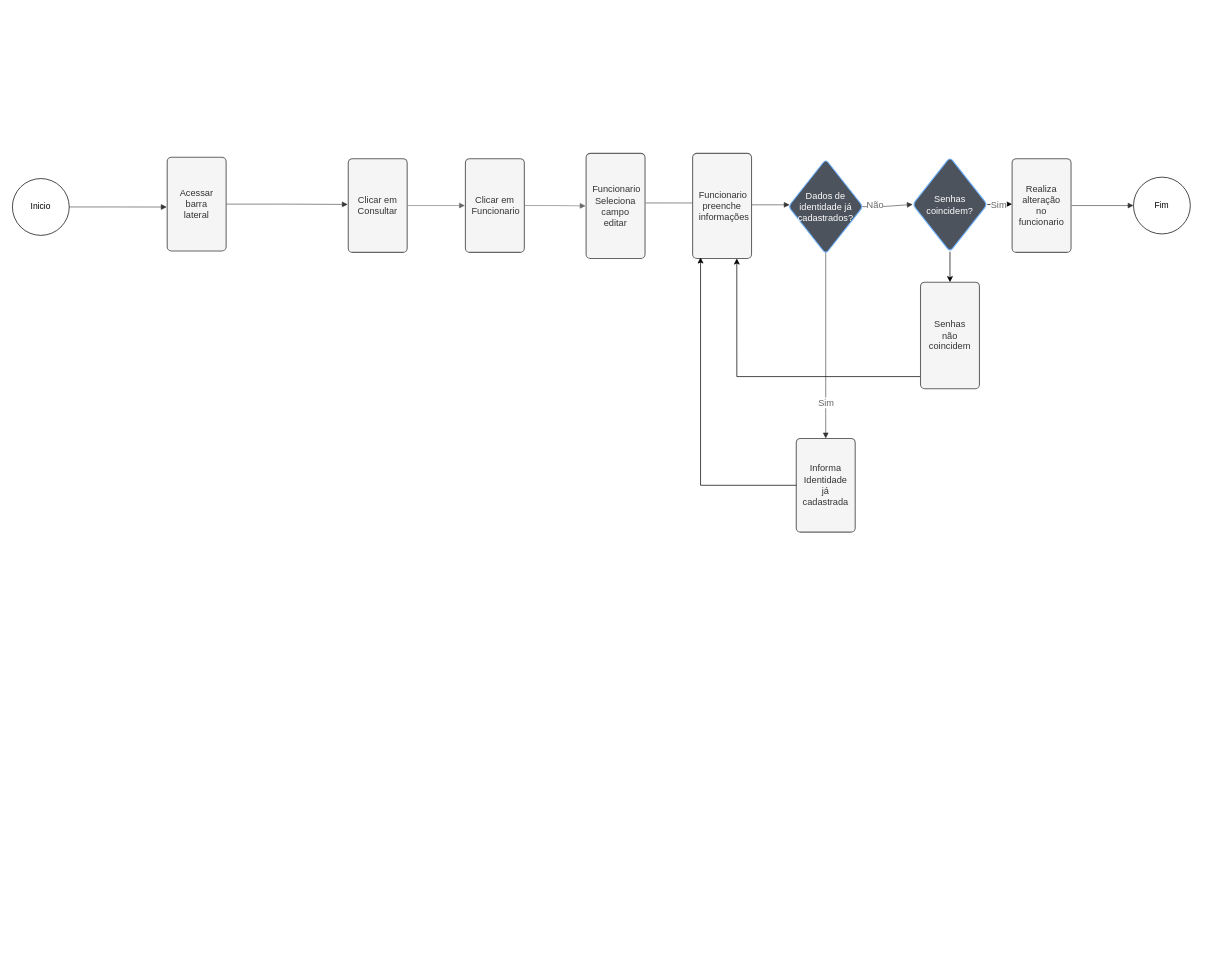
The draw.io diagram page "Página-2" (2 of 2) of fluxogramas/YS-Fluxo.drawio in eothigas/YS_Storage, before the edit. Source tidied: cells renumbered, new cells numbered last; positions are measured from the earlier drawing's top-left corner, leaving out a move shared by most shapes. Both pictures are drawn from the tidied source at 71%, with x=0, y=0 at pixel (12, 153).
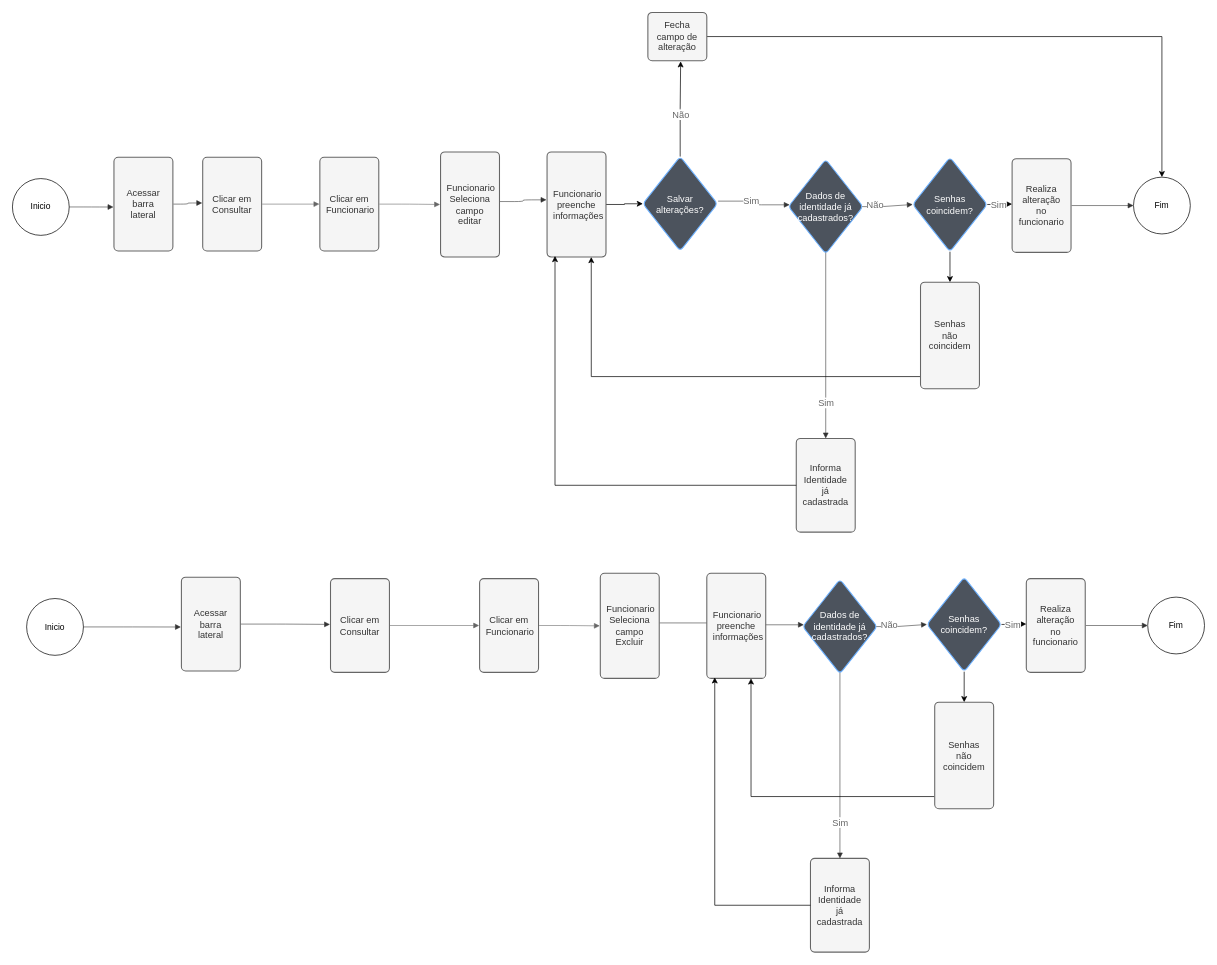
After the change.

Commit message:
Fluxo Consulta

Unchanged cells that the change refers to:
```xml
<mxCell id="11" value="Dados de identidade já cadastrados?" style="html=1;overflow=block;blockSpacing=1;whiteSpace=wrap;rhombus;fontSize=13;fontColor=#ffffff;align=center;spacing=3.8;strokeColor=#6db1ff;strokeOpacity=100;fillOpacity=100;rounded=1;absoluteArcSize=1;arcSize=12;fillColor=#4c535d;strokeWidth=1.5;lucidId=IMVukuP4WiCF;" parent="1" vertex="1">
  <mxGeometry x="1093" y="9" width="105" height="133" as="geometry" />
</mxCell>
<mxCell id="19" value="Fim" style="ellipse;whiteSpace=wrap;html=1;" parent="1" vertex="1">
  <mxGeometry x="1579" y="34" width="80" height="80" as="geometry" />
</mxCell>
```

What changed in the source:
```diff
@@
     <mxCell id="7" value="Acessar barra lateral" style="html=1;overflow=block;blockSpacing=1;whiteSpace=wrap;fontSize=13;align=center;spacing=9;strokeColor=#666666;strokeOpacity=100;fillOpacity=100;rounded=1;absoluteArcSize=1;arcSize=12;fillColor=#f5f5f5;strokeWidth=1.5;lucidId=TKVu174VIa4P;fontColor=#333333;" parent="1" vertex="1">
-      <mxGeometry x="218" y="6" width="83" height="132" as="geometry" />
+      <mxGeometry x="143" y="6" width="83" height="132" as="geometry" />
     </mxCell>
     <mxCell id="8" value="Clicar em Funcionario" style="html=1;overflow=block;blockSpacing=1;whiteSpace=wrap;fontSize=13;align=center;spacing=9;strokeColor=#666666;strokeOpacity=100;fillOpacity=100;rounded=1;absoluteArcSize=1;arcSize=12;fillColor=#f5f5f5;strokeWidth=1.5;lucidId=TKVu3g~mCkBQ;fontColor=#333333;" parent="1" vertex="1">
-      <mxGeometry x="638" y="8" width="83" height="132" as="geometry" />
+      <mxGeometry x="433" y="6" width="83" height="132" as="geometry" />
     </mxCell>
     <mxCell id="9" value="Clicar em Consultar" style="html=1;overflow=block;blockSpacing=1;whiteSpace=wrap;fontSize=13;align=center;spacing=9;strokeColor=#666666;strokeOpacity=100;fillOpacity=100;rounded=1;absoluteArcSize=1;arcSize=12;fillColor=#f5f5f5;strokeWidth=1.5;lucidId=TKVugKPUELmh;fontColor=#333333;" parent="1" vertex="1">
-      <mxGeometry x="473" y="8" width="83" height="132" as="geometry" />
+      <mxGeometry x="268" y="6" width="83" height="132" as="geometry" />
     </mxCell>
     <mxCell id="10" value="Funcionario Seleciona campo editar" style="html=1;overflow=block;blockSpacing=1;whiteSpace=wrap;fontSize=13;align=center;spacing=9;strokeColor=#666666;strokeOpacity=100;fillOpacity=100;rounded=1;absoluteArcSize=1;arcSize=12;fillColor=#f5f5f5;strokeWidth=1.5;lucidId=TLVueEcK-3IP;fontColor=#333333;" parent="1" vertex="1">
-      <mxGeometry x="808" y="0.5" width="83" height="148" as="geometry" />
+      <mxGeometry x="603" y="-1.5" width="83" height="148" as="geometry" />
     </mxCell>
@@
-    <mxCell id="16" style="html=1;jettySize=18;whiteSpace=wrap;fontSize=13;strokeColor=#333333;strokeOpacity=100;strokeWidth=0.8;rounded=1;arcSize=24;edgeStyle=orthogonalEdgeStyle;startArrow=none;endArrow=block;endFill=1;exitX=1.009;exitY=0.472;exitPerimeter=0;entryX=0.016;entryY=0.481;entryPerimeter=0;lucidId=~MVuYsn6NPdR;" parent="1" edge="1" source="10" target="11">
+    <mxCell id="16" style="html=1;jettySize=18;whiteSpace=wrap;fontSize=13;strokeColor=#333333;strokeOpacity=100;strokeWidth=0.8;rounded=1;arcSize=24;edgeStyle=orthogonalEdgeStyle;startArrow=none;endArrow=block;endFill=1;exitX=1.009;exitY=0.472;exitPerimeter=0;entryX=0.016;entryY=0.481;entryPerimeter=0;lucidId=~MVuYsn6NPdR;" parent="1" edge="1" source="62" target="11">
       <mxGeometry relative="1" as="geometry" />
     </mxCell>
@@
+    <mxCell id="31" style="edgeStyle=orthogonalEdgeStyle;rounded=0;jettySize=auto;html=1;exitX=1;exitY=0.5;exitDx=0;exitDy=0;entryX=0;entryY=0.5;entryDx=0;entryDy=0;" parent="1" edge="1" source="20" target="62">
+      <mxGeometry relative="1" as="geometry" />
+    </mxCell>
     <mxCell id="20" value="Funcionario preenche informações" style="html=1;overflow=block;blockSpacing=1;whiteSpace=wrap;fontSize=13;align=center;spacing=9;strokeColor=#666666;strokeOpacity=100;fillOpacity=100;rounded=1;absoluteArcSize=1;arcSize=12;fillColor=#f5f5f5;strokeWidth=1.5;lucidId=TLVueEcK-3IP;fontColor=#333333;" parent="1" vertex="1">
-      <mxGeometry x="958" y="0.5" width="83" height="148" as="geometry" />
+      <mxGeometry x="753" y="-1.5" width="83" height="148" as="geometry" />
     </mxCell>
@@
+    <mxCell id="32" value="Informa Identidade já cadastrada" style="html=1;overflow=block;blockSpacing=1;whiteSpace=wrap;fontSize=13;align=center;spacing=9;strokeColor=#666666;strokeOpacity=100;fillOpacity=100;rounded=1;absoluteArcSize=1;arcSize=12;fillColor=#f5f5f5;strokeWidth=1.5;lucidId=IMVuKGuR~jhK;fontColor=#333333;" parent="1" vertex="1">
+      <mxGeometry x="1124" y="993.5" width="83" height="132" as="geometry" />
+    </mxCell>
+    <mxCell id="33" style="html=1;jettySize=18;whiteSpace=wrap;fontSize=13;strokeColor=#333333;strokeOpacity=100;strokeWidth=0.8;rounded=1;arcSize=24;edgeStyle=orthogonalEdgeStyle;startArrow=none;endArrow=block;endFill=1;exitX=0.5;exitY=0.98;exitPerimeter=0;lucidId=IMVuoLYOVCrK;" parent="1" edge="1" source="41" target="32">
+      <mxGeometry relative="1" as="geometry" />
+    </mxCell>
+    <mxCell id="34" value="Sim" style="text;html=1;labelBackgroundColor=default;align=center;verticalAlign=middle;fontColor=#666666;fontSize=13;" parent="33" vertex="1">
+      <mxGeometry relative="1" as="geometry">
+        <mxPoint y="81" as="offset" />
+      </mxGeometry>
+    </mxCell>
+    <mxCell id="35" style="html=1;jettySize=18;whiteSpace=wrap;fontSize=13;strokeColor=#333333;strokeOpacity=100;strokeWidth=0.8;rounded=1;arcSize=24;edgeStyle=orthogonalEdgeStyle;startArrow=none;endArrow=block;endFill=1;exitX=1;exitY=0.5;entryX=-0.009;entryY=0.531;entryPerimeter=0;lucidId=TKVuo6z7ys-k;exitDx=0;exitDy=0;" parent="1" edge="1" source="48" target="37">
+      <mxGeometry relative="1" as="geometry" />
+    </mxCell>
+    <mxCell id="36" style="html=1;jettySize=18;whiteSpace=wrap;fontSize=13;strokeColor=#333333;strokeOpacity=100;strokeWidth=0.8;rounded=1;arcSize=24;edgeStyle=orthogonalEdgeStyle;startArrow=none;endArrow=block;endFill=1;exitX=1.009;exitY=0.5;exitPerimeter=0;entryX=0;entryY=0.5;lucidId=pNVu_cprBSpg;entryDx=0;entryDy=0;" parent="1" edge="1" source="42" target="49">
+      <mxGeometry relative="1" as="geometry" />
+    </mxCell>
+    <mxCell id="37" value="Acessar barra lateral" style="html=1;overflow=block;blockSpacing=1;whiteSpace=wrap;fontSize=13;align=center;spacing=9;strokeColor=#666666;strokeOpacity=100;fillOpacity=100;rounded=1;absoluteArcSize=1;arcSize=12;fillColor=#f5f5f5;strokeWidth=1.5;lucidId=TKVu174VIa4P;fontColor=#333333;" parent="1" vertex="1">
+      <mxGeometry x="238" y="597.5" width="83" height="132" as="geometry" />
+    </mxCell>
+    <mxCell id="38" value="Clicar em Funcionario" style="html=1;overflow=block;blockSpacing=1;whiteSpace=wrap;fontSize=13;align=center;spacing=9;strokeColor=#666666;strokeOpacity=100;fillOpacity=100;rounded=1;absoluteArcSize=1;arcSize=12;fillColor=#f5f5f5;strokeWidth=1.5;lucidId=TKVu3g~mCkBQ;fontColor=#333333;" parent="1" vertex="1">
+      <mxGeometry x="658" y="599.5" width="83" height="132" as="geometry" />
+    </mxCell>
+    <mxCell id="39" value="Clicar em Consultar" style="html=1;overflow=block;blockSpacing=1;whiteSpace=wrap;fontSize=13;align=center;spacing=9;strokeColor=#666666;strokeOpacity=100;fillOpacity=100;rounded=1;absoluteArcSize=1;arcSize=12;fillColor=#f5f5f5;strokeWidth=1.5;lucidId=TKVugKPUELmh;fontColor=#333333;" parent="1" vertex="1">
+      <mxGeometry x="448" y="599.5" width="83" height="132" as="geometry" />
+    </mxCell>
+    <mxCell id="40" value="Funcionario Seleciona campo Excluir" style="html=1;overflow=block;blockSpacing=1;whiteSpace=wrap;fontSize=13;align=center;spacing=9;strokeColor=#666666;strokeOpacity=100;fillOpacity=100;rounded=1;absoluteArcSize=1;arcSize=12;fillColor=#f5f5f5;strokeWidth=1.5;lucidId=TLVueEcK-3IP;fontColor=#333333;" parent="1" vertex="1">
+      <mxGeometry x="828" y="592" width="83" height="148" as="geometry" />
+    </mxCell>
+    <mxCell id="41" value="Dados de identidade já cadastrados?" style="html=1;overflow=block;blockSpacing=1;whiteSpace=wrap;rhombus;fontSize=13;fontColor=#ffffff;align=center;spacing=3.8;strokeColor=#6db1ff;strokeOpacity=100;fillOpacity=100;rounded=1;absoluteArcSize=1;arcSize=12;fillColor=#4c535d;strokeWidth=1.5;lucidId=IMVukuP4WiCF;" parent="1" vertex="1">
+      <mxGeometry x="1113" y="600.5" width="105" height="133" as="geometry" />
+    </mxCell>
+    <mxCell id="42" value="Realiza alteração no funcionario" style="html=1;overflow=block;blockSpacing=1;whiteSpace=wrap;fontSize=13;align=center;spacing=9;strokeColor=#666666;strokeOpacity=100;fillOpacity=100;rounded=1;absoluteArcSize=1;arcSize=12;fillColor=#f5f5f5;strokeWidth=1.5;lucidId=IMVuV4y2Wr4b;fontColor=#333333;" parent="1" vertex="1">
+      <mxGeometry x="1428" y="599.5" width="83" height="132" as="geometry" />
+    </mxCell>
+    <mxCell id="43" style="html=1;jettySize=18;whiteSpace=wrap;fontSize=13;strokeColor=#333333;strokeOpacity=100;strokeWidth=0.8;rounded=1;arcSize=24;edgeStyle=orthogonalEdgeStyle;startArrow=none;endArrow=block;endFill=1;exitX=1.009;exitY=0.5;exitPerimeter=0;entryX=-0.009;entryY=0.488;entryPerimeter=0;lucidId=TKVu0_wFNO7J;" parent="1" edge="1" source="37" target="39">
+      <mxGeometry relative="1" as="geometry" />
+    </mxCell>
+    <mxCell id="44" style="html=1;jettySize=18;whiteSpace=wrap;fontSize=13;strokeColor=#666666;strokeOpacity=100;strokeWidth=0.8;rounded=1;arcSize=24;edgeStyle=orthogonalEdgeStyle;startArrow=none;endArrow=block;endFill=1;exitX=1.009;exitY=0.5;exitPerimeter=0;entryX=-0.009;entryY=0.5;entryPerimeter=0;lucidId=TKVuQf85Eefx;fillColor=#f5f5f5;" parent="1" edge="1" source="39" target="38">
+      <mxGeometry relative="1" as="geometry" />
+    </mxCell>
+    <mxCell id="45" style="html=1;jettySize=18;whiteSpace=wrap;fontSize=13;strokeColor=#666666;strokeOpacity=100;strokeWidth=0.8;rounded=1;arcSize=24;edgeStyle=orthogonalEdgeStyle;startArrow=none;endArrow=block;endFill=1;exitX=1.009;exitY=0.5;exitPerimeter=0;entryX=-0.009;entryY=0.5;entryPerimeter=0;lucidId=-LVuaBZoTzxL;fillColor=#f5f5f5;" parent="1" edge="1" source="38" target="40">
+      <mxGeometry relative="1" as="geometry" />
+    </mxCell>
+    <mxCell id="46" style="html=1;jettySize=18;whiteSpace=wrap;fontSize=13;strokeColor=#333333;strokeOpacity=100;strokeWidth=0.8;rounded=1;arcSize=24;edgeStyle=orthogonalEdgeStyle;startArrow=none;endArrow=block;endFill=1;exitX=1.009;exitY=0.472;exitPerimeter=0;entryX=0.016;entryY=0.481;entryPerimeter=0;lucidId=~MVuYsn6NPdR;" parent="1" edge="1" source="40" target="41">
+      <mxGeometry relative="1" as="geometry" />
+    </mxCell>
+    <mxCell id="47" style="html=1;jettySize=18;whiteSpace=wrap;fontSize=13;strokeColor=#333333;strokeOpacity=100;strokeWidth=0.8;rounded=1;arcSize=24;edgeStyle=orthogonalEdgeStyle;startArrow=none;endArrow=block;endFill=1;exitX=0.988;exitY=0.5;exitPerimeter=0;lucidId=iNVuGRAHNX2a;entryX=0;entryY=0.5;entryDx=0;entryDy=0;" parent="1" edge="1" source="52" target="55">
+      <mxGeometry relative="1" as="geometry" />
+    </mxCell>
+    <mxCell id="48" value="Inicio" style="ellipse;whiteSpace=wrap;html=1;" parent="1" vertex="1">
+      <mxGeometry x="20" y="627.5" width="80" height="80" as="geometry" />
+    </mxCell>
+    <mxCell id="49" value="Fim" style="ellipse;whiteSpace=wrap;html=1;" parent="1" vertex="1">
+      <mxGeometry x="1599" y="625.5" width="80" height="80" as="geometry" />
+    </mxCell>
+    <mxCell id="50" value="Funcionario preenche informações" style="html=1;overflow=block;blockSpacing=1;whiteSpace=wrap;fontSize=13;align=center;spacing=9;strokeColor=#666666;strokeOpacity=100;fillOpacity=100;rounded=1;absoluteArcSize=1;arcSize=12;fillColor=#f5f5f5;strokeWidth=1.5;lucidId=TLVueEcK-3IP;fontColor=#333333;" parent="1" vertex="1">
+      <mxGeometry x="978" y="592" width="83" height="148" as="geometry" />
+    </mxCell>
+    <mxCell id="51" style="html=1;jettySize=18;whiteSpace=wrap;fontSize=13;strokeColor=#333333;strokeOpacity=100;strokeWidth=0.8;rounded=1;arcSize=24;edgeStyle=orthogonalEdgeStyle;startArrow=none;endArrow=block;endFill=1;exitX=0.988;exitY=0.5;exitPerimeter=0;entryX=-0.009;entryY=0.578;entryPerimeter=0;lucidId=iNVuGRAHNX2a;" parent="1" edge="1" source="41" target="52">
+      <mxGeometry relative="1" as="geometry" />
+    </mxCell>
+    <mxCell id="52" value="Não" style="text;html=1;labelBackgroundColor=default;align=center;verticalAlign=middle;fontColor=#666666;fontSize=13;" parent="1" vertex="1">
+      <mxGeometry x="1238" y="667.5" as="geometry">
+        <mxPoint x="-4" y="-4" as="offset" />
+      </mxGeometry>
+    </mxCell>
+    <mxCell id="53" style="edgeStyle=orthogonalEdgeStyle;rounded=0;jettySize=auto;html=1;exitX=1;exitY=0.5;exitDx=0;exitDy=0;" parent="1" edge="1" source="57" target="42">
+      <mxGeometry relative="1" as="geometry" />
+    </mxCell>
+    <mxCell id="54" style="edgeStyle=orthogonalEdgeStyle;rounded=0;jettySize=auto;html=1;" parent="1" edge="1" source="55" target="59">
+      <mxGeometry relative="1" as="geometry" />
+    </mxCell>
+    <mxCell id="55" value="Senhas coincidem?" style="html=1;overflow=block;blockSpacing=1;whiteSpace=wrap;rhombus;fontSize=13;fontColor=#ffffff;align=center;spacing=3.8;strokeColor=#6db1ff;strokeOpacity=100;fillOpacity=100;rounded=1;absoluteArcSize=1;arcSize=12;fillColor=#4c535d;strokeWidth=1.5;lucidId=IMVukuP4WiCF;" parent="1" vertex="1">
+      <mxGeometry x="1288" y="597.5" width="105" height="133" as="geometry" />
+    </mxCell>
+    <mxCell id="56" style="edgeStyle=orthogonalEdgeStyle;rounded=0;jettySize=auto;html=1;exitX=1;exitY=0.5;exitDx=0;exitDy=0;entryX=0;entryY=0.5;entryDx=0;entryDy=0;" parent="1" edge="1" source="55" target="57">
+      <mxGeometry relative="1" as="geometry" />
+    </mxCell>
+    <mxCell id="57" value="Sim" style="text;html=1;labelBackgroundColor=default;align=center;verticalAlign=middle;fontColor=#666666;fontSize=13;" parent="1" vertex="1">
+      <mxGeometry x="1408" y="663.5" as="geometry" />
+    </mxCell>
+    <mxCell id="58" style="edgeStyle=orthogonalEdgeStyle;rounded=0;jettySize=auto;html=1;entryX=0.75;entryY=1;entryDx=0;entryDy=0;exitX=-0.003;exitY=0.886;exitDx=0;exitDy=0;exitPerimeter=0;" parent="1" edge="1" source="59" target="50">
+      <mxGeometry relative="1" as="geometry" />
+    </mxCell>
+    <mxCell id="59" value="Senhas não coincidem" style="html=1;overflow=block;blockSpacing=1;whiteSpace=wrap;fontSize=13;align=center;spacing=9;strokeColor=#666666;strokeOpacity=100;fillOpacity=100;rounded=1;absoluteArcSize=1;arcSize=12;fillColor=#f5f5f5;strokeWidth=1.5;lucidId=TLVueEcK-3IP;fontColor=#333333;" parent="1" vertex="1">
+      <mxGeometry x="1299" y="773.5" width="83" height="150" as="geometry" />
+    </mxCell>
+    <mxCell id="60" style="edgeStyle=orthogonalEdgeStyle;rounded=0;jettySize=auto;html=1;entryX=0.135;entryY=0.99;entryDx=0;entryDy=0;entryPerimeter=0;" parent="1" edge="1" source="32" target="50">
+      <mxGeometry relative="1" as="geometry" />
+    </mxCell>
+    <mxCell id="61" style="html=1;jettySize=18;whiteSpace=wrap;fontSize=13;strokeColor=#333333;strokeOpacity=100;strokeWidth=0.8;rounded=1;arcSize=24;edgeStyle=orthogonalEdgeStyle;startArrow=none;endArrow=block;endFill=1;exitX=1.009;exitY=0.472;exitPerimeter=0;entryX=-0.01;entryY=0.456;entryPerimeter=0;lucidId=~MVuYsn6NPdR;entryDx=0;entryDy=0;" parent="1" edge="1" source="10" target="20">
+      <mxGeometry relative="1" as="geometry" />
+    </mxCell>
+    <mxCell id="62" value="Salvar alterações?" style="html=1;overflow=block;blockSpacing=1;whiteSpace=wrap;rhombus;fontSize=13;fontColor=#ffffff;align=center;spacing=3.8;strokeColor=#6db1ff;strokeOpacity=100;fillOpacity=100;rounded=1;absoluteArcSize=1;arcSize=12;fillColor=#4c535d;strokeWidth=1.5;lucidId=IMVukuP4WiCF;" parent="1" vertex="1">
+      <mxGeometry x="888" y="5" width="105" height="133" as="geometry" />
+    </mxCell>
+    <mxCell id="63" value="&lt;span style=&quot;color: rgb(102, 102, 102); font-family: Helvetica; font-size: 13px; font-style: normal; font-variant-ligatures: normal; font-variant-caps: normal; font-weight: 400; letter-spacing: normal; orphans: 2; text-align: center; text-indent: 0px; text-transform: none; widows: 2; word-spacing: 0px; -webkit-text-stroke-width: 0px; white-space: nowrap; background-color: rgb(255, 255, 255); text-decoration-thickness: initial; text-decoration-style: initial; text-decoration-color: initial; display: inline !important; float: none;&quot;&gt;Sim&lt;/span&gt;" style="text;whiteSpace=wrap;html=1;" parent="1" vertex="1">
+      <mxGeometry x="1028" y="54" width="60" height="40" as="geometry" />
+    </mxCell>
+    <mxCell id="64" style="edgeStyle=orthogonalEdgeStyle;rounded=0;jettySize=auto;html=1;entryX=0.5;entryY=0;entryDx=0;entryDy=0;" parent="1" edge="1" source="65" target="19">
+      <mxGeometry relative="1" as="geometry" />
+    </mxCell>
+    <mxCell id="65" value="Fecha campo de alteração" style="html=1;overflow=block;blockSpacing=1;whiteSpace=wrap;fontSize=13;align=center;spacing=9;strokeColor=#666666;strokeOpacity=100;fillOpacity=100;rounded=1;absoluteArcSize=1;arcSize=12;fillColor=#f5f5f5;strokeWidth=1.5;lucidId=TLVueEcK-3IP;fontColor=#333333;" parent="1" vertex="1">
+      <mxGeometry x="895" y="-198" width="83" height="68" as="geometry" />
+    </mxCell>
+    <mxCell id="66" style="edgeStyle=orthogonalEdgeStyle;rounded=0;jettySize=auto;html=1;exitX=0.5;exitY=0;exitDx=0;exitDy=0;entryX=0.556;entryY=1.013;entryDx=0;entryDy=0;entryPerimeter=0;" parent="1" edge="1" source="62" target="65">
+      <mxGeometry relative="1" as="geometry" />
+    </mxCell>
+    <mxCell id="67" value="&lt;span style=&quot;color: rgb(102, 102, 102); font-family: Helvetica; font-size: 13px; font-style: normal; font-variant-ligatures: normal; font-variant-caps: normal; font-weight: 400; letter-spacing: normal; orphans: 2; text-align: center; text-indent: 0px; text-transform: none; widows: 2; word-spacing: 0px; -webkit-text-stroke-width: 0px; white-space: nowrap; background-color: rgb(255, 255, 255); text-decoration-thickness: initial; text-decoration-style: initial; text-decoration-color: initial; display: inline !important; float: none;&quot;&gt;Não&lt;/span&gt;" style="text;whiteSpace=wrap;html=1;" parent="1" vertex="1">
+      <mxGeometry x="928" y="-68" width="60" height="40" as="geometry" />
+    </mxCell>
```
